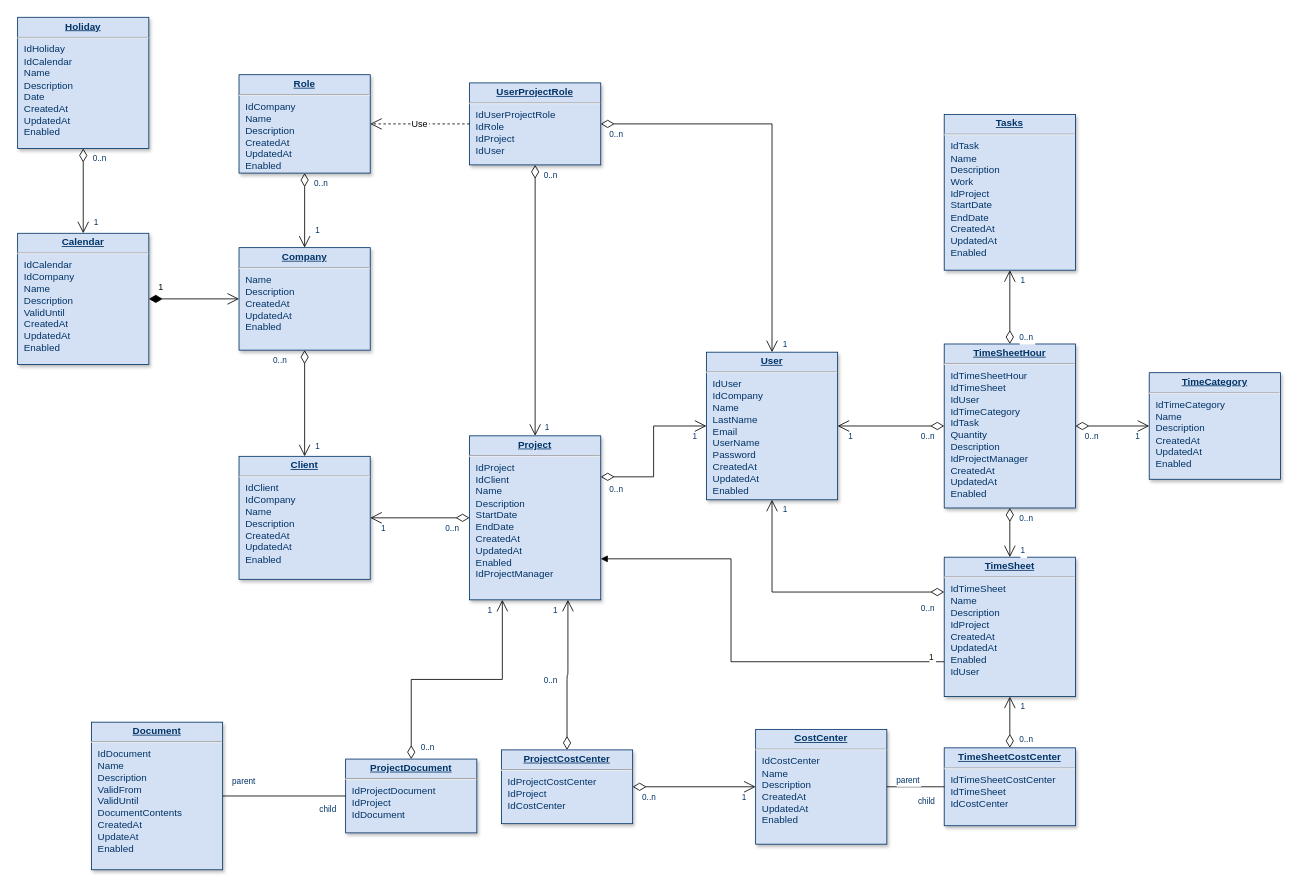
Above: Untitled Diagram.drawio in fiafghan/emr-backend-laravel (draw.io), before the change. Source tidied: cells renumbered, new cells numbered last; positions are measured from the earlier drawing's top-left corner, leaving out a move shared by most shapes. Both pictures are drawn from the tidied source at 82%, with x=0, y=0 at pixel (17, 17).
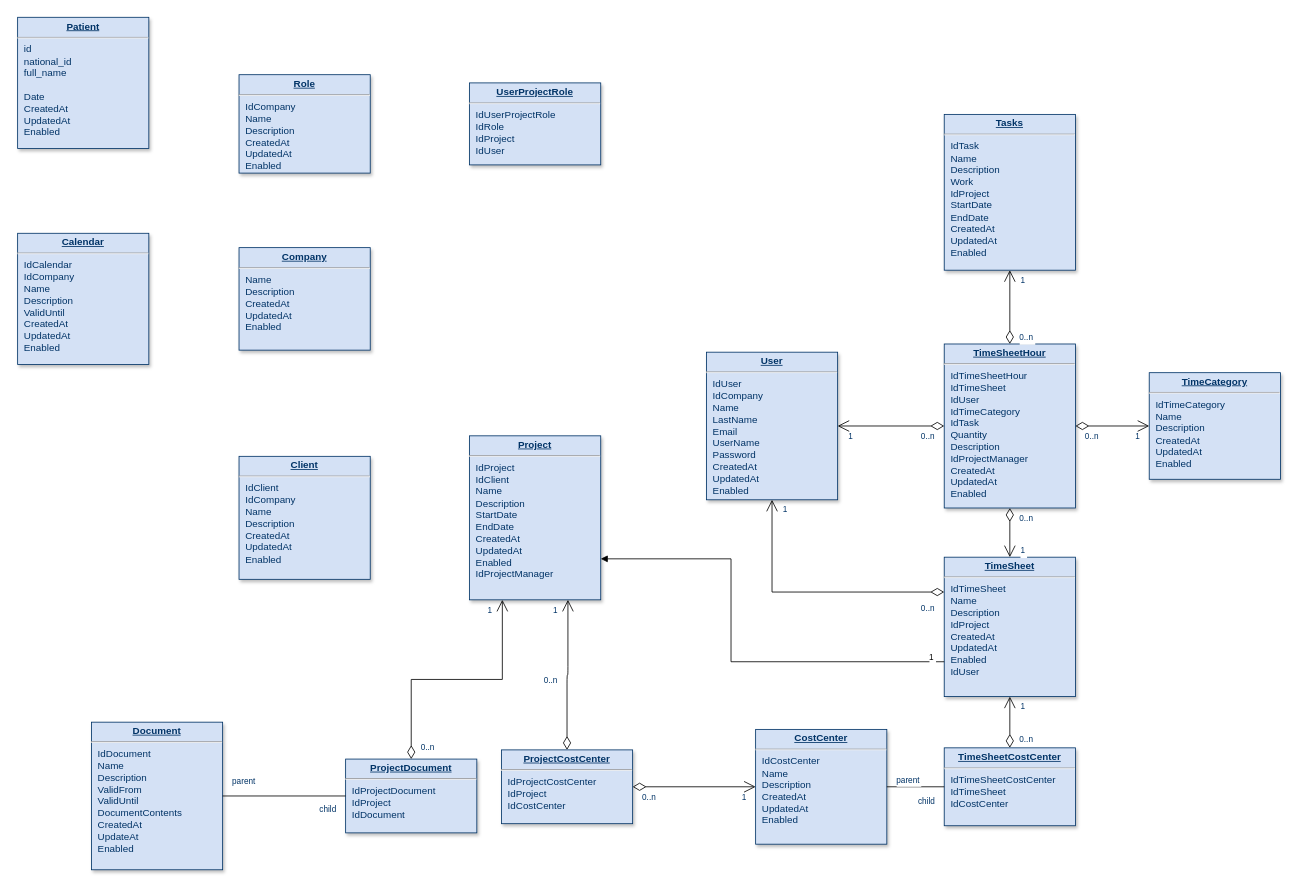
After the change.

The change refers to these unchanged cells:
```xml
<mxCell id="2" value="&lt;p style=&quot;margin: 0px; margin-top: 4px; text-align: center; text-decoration: underline;&quot;&gt;&lt;strong&gt;Role&lt;/strong&gt;&lt;/p&gt;&lt;hr /&gt;&lt;p style=&quot;margin: 0px; margin-left: 8px;&quot;&gt;IdCompany&lt;br /&gt;Name&lt;/p&gt;&lt;p style=&quot;margin: 0px; margin-left: 8px;&quot;&gt;Description&lt;/p&gt;&lt;p style=&quot;margin: 0px; margin-left: 8px;&quot;&gt;CreatedAt&lt;/p&gt;&lt;p style=&quot;margin: 0px; margin-left: 8px;&quot;&gt;UpdatedAt&lt;/p&gt;&lt;p style=&quot;margin: 0px; margin-left: 8px;&quot;&gt;Enabled&lt;/p&gt;" style="verticalAlign=top;align=left;overflow=fill;fontSize=12;fontFamily=Helvetica;html=1;strokeColor=#003366;shadow=1;fillColor=#D4E1F5;fontColor=#003366;" parent="1" vertex="1">
  <mxGeometry x="270" y="69.6" width="160" height="120" as="geometry" />
</mxCell>
<mxCell id="3" value="&lt;p style=&quot;margin: 0px; margin-top: 4px; text-align: center; text-decoration: underline;&quot;&gt;&lt;strong&gt;Company&lt;/strong&gt;&lt;/p&gt;&lt;hr /&gt;&lt;p style=&quot;margin: 0px; margin-left: 8px;&quot;&gt;Name&lt;/p&gt;&lt;p style=&quot;margin: 0px; margin-left: 8px;&quot;&gt;Description&lt;/p&gt;&lt;p style=&quot;margin: 0px; margin-left: 8px;&quot;&gt;CreatedAt&lt;/p&gt;&lt;p style=&quot;margin: 0px; margin-left: 8px;&quot;&gt;UpdatedAt&lt;/p&gt;&lt;p style=&quot;margin: 0px; margin-left: 8px;&quot;&gt;Enabled&lt;/p&gt;" style="verticalAlign=top;align=left;overflow=fill;fontSize=12;fontFamily=Helvetica;html=1;strokeColor=#003366;shadow=1;fillColor=#D4E1F5;fontColor=#003366;" parent="1" vertex="1">
  <mxGeometry x="270" y="280.5" width="160" height="125" as="geometry" />
</mxCell>
<mxCell id="4" value="&lt;p style=&quot;margin: 0px; margin-top: 4px; text-align: center; text-decoration: underline;&quot;&gt;&lt;strong&gt;Calendar&lt;/strong&gt;&lt;/p&gt;&lt;hr /&gt;&lt;p style=&quot;margin: 0px; margin-left: 8px;&quot;&gt;IdCalendar&lt;/p&gt;&lt;p style=&quot;margin: 0px; margin-left: 8px;&quot;&gt;IdCompany&lt;/p&gt;&lt;p style=&quot;margin: 0px; margin-left: 8px;&quot;&gt;Name&lt;/p&gt;&lt;p style=&quot;margin: 0px; margin-left: 8px;&quot;&gt;Description&lt;/p&gt;&lt;p style=&quot;margin: 0px; margin-left: 8px;&quot;&gt;ValidUntil&lt;/p&gt;&lt;p style=&quot;margin: 0px; margin-left: 8px;&quot;&gt;CreatedAt&lt;/p&gt;&lt;p style=&quot;margin: 0px; margin-left: 8px;&quot;&gt;UpdatedAt&lt;/p&gt;&lt;p style=&quot;margin: 0px; margin-left: 8px;&quot;&gt;Enabled&lt;/p&gt;" style="verticalAlign=top;align=left;overflow=fill;fontSize=12;fontFamily=Helvetica;html=1;strokeColor=#003366;shadow=1;fillColor=#D4E1F5;fontColor=#003366;" parent="1" vertex="1">
  <mxGeometry y="263" width="160" height="160" as="geometry" />
</mxCell>
<mxCell id="5" value="&lt;p style=&quot;margin: 0px; margin-top: 4px; text-align: center; text-decoration: underline;&quot;&gt;&lt;strong&gt;User&lt;/strong&gt;&lt;/p&gt;&lt;hr /&gt;&lt;p style=&quot;margin: 0px; margin-left: 8px;&quot;&gt;IdUser&lt;/p&gt;&lt;p style=&quot;margin: 0px; margin-left: 8px;&quot;&gt;IdCompany&lt;/p&gt;&lt;p style=&quot;margin: 0px; margin-left: 8px;&quot;&gt;Name&lt;/p&gt;&lt;p style=&quot;margin: 0px; margin-left: 8px;&quot;&gt;LastName&lt;/p&gt;&lt;p style=&quot;margin: 0px; margin-left: 8px;&quot;&gt;Email&lt;/p&gt;&lt;p style=&quot;margin: 0px; margin-left: 8px;&quot;&gt;UserName&lt;/p&gt;&lt;p style=&quot;margin: 0px; margin-left: 8px;&quot;&gt;Password&lt;/p&gt;&lt;p style=&quot;margin: 0px; margin-left: 8px;&quot;&gt;CreatedAt&lt;/p&gt;&lt;p style=&quot;margin: 0px; margin-left: 8px;&quot;&gt;UpdatedAt&lt;/p&gt;&lt;p style=&quot;margin: 0px; margin-left: 8px;&quot;&gt;Enabled&lt;/p&gt;" style="verticalAlign=top;align=left;overflow=fill;fontSize=12;fontFamily=Helvetica;html=1;strokeColor=#003366;shadow=1;fillColor=#D4E1F5;fontColor=#003366;" parent="1" vertex="1">
  <mxGeometry x="840" y="408" width="160" height="180" as="geometry" />
</mxCell>
<mxCell id="6" value="&lt;p style=&quot;margin: 0px; margin-top: 4px; text-align: center; text-decoration: underline;&quot;&gt;&lt;strong&gt;UserProjectRole&lt;/strong&gt;&lt;/p&gt;&lt;hr /&gt;&lt;p style=&quot;margin: 0px; margin-left: 8px;&quot;&gt;IdUserProjectRole&lt;/p&gt;&lt;p style=&quot;margin: 0px; margin-left: 8px;&quot;&gt;IdRole&lt;/p&gt;&lt;p style=&quot;margin: 0px; margin-left: 8px;&quot;&gt;IdProject&lt;/p&gt;&lt;p style=&quot;margin: 0px; margin-left: 8px;&quot;&gt;IdUser&lt;/p&gt;" style="verticalAlign=top;align=left;overflow=fill;fontSize=12;fontFamily=Helvetica;html=1;strokeColor=#003366;shadow=1;fillColor=#D4E1F5;fontColor=#003366;" parent="1" vertex="1">
  <mxGeometry x="551.1" y="79.6" width="160" height="100" as="geometry" />
</mxCell>
<mxCell id="7" value="&lt;p style=&quot;margin: 0px; margin-top: 4px; text-align: center; text-decoration: underline;&quot;&gt;&lt;strong&gt;Client&lt;/strong&gt;&lt;/p&gt;&lt;hr /&gt;&lt;p style=&quot;margin: 0px; margin-left: 8px;&quot;&gt;IdClient&lt;/p&gt;&lt;p style=&quot;margin: 0px; margin-left: 8px;&quot;&gt;IdCompany&lt;/p&gt;&lt;p style=&quot;margin: 0px; margin-left: 8px;&quot;&gt;Name&lt;/p&gt;&lt;p style=&quot;margin: 0px; margin-left: 8px;&quot;&gt;Description&lt;/p&gt;&lt;p style=&quot;margin: 0px; margin-left: 8px;&quot;&gt;CreatedAt&lt;/p&gt;&lt;p style=&quot;margin: 0px; margin-left: 8px;&quot;&gt;UpdatedAt&lt;/p&gt;&lt;p style=&quot;margin: 0px; margin-left: 8px;&quot;&gt;Enabled&lt;/p&gt;" style="verticalAlign=top;align=left;overflow=fill;fontSize=12;fontFamily=Helvetica;html=1;strokeColor=#003366;shadow=1;fillColor=#D4E1F5;fontColor=#003366;" parent="1" vertex="1">
  <mxGeometry x="270" y="535" width="160" height="150" as="geometry" />
</mxCell>
<mxCell id="12" value="&lt;p style=&quot;margin: 0px; margin-top: 4px; text-align: center; text-decoration: underline;&quot;&gt;&lt;strong&gt;Project&lt;/strong&gt;&lt;/p&gt;&lt;hr /&gt;&lt;p style=&quot;margin: 0px; margin-left: 8px;&quot;&gt;IdProject&lt;/p&gt;&lt;p style=&quot;margin: 0px; margin-left: 8px;&quot;&gt;IdClient&lt;/p&gt;&lt;p style=&quot;margin: 0px; margin-left: 8px;&quot;&gt;Name&lt;/p&gt;&lt;p style=&quot;margin: 0px; margin-left: 8px;&quot;&gt;Description&lt;/p&gt;&lt;p style=&quot;margin: 0px; margin-left: 8px;&quot;&gt;StartDate&lt;/p&gt;&lt;p style=&quot;margin: 0px; margin-left: 8px;&quot;&gt;EndDate&lt;/p&gt;&lt;p style=&quot;margin: 0px; margin-left: 8px;&quot;&gt;CreatedAt&lt;/p&gt;&lt;p style=&quot;margin: 0px; margin-left: 8px;&quot;&gt;UpdatedAt&lt;/p&gt;&lt;p style=&quot;margin: 0px; margin-left: 8px;&quot;&gt;Enabled&lt;br /&gt;IdProjectManager&lt;/p&gt;" style="verticalAlign=top;align=left;overflow=fill;fontSize=12;fontFamily=Helvetica;html=1;strokeColor=#003366;shadow=1;fillColor=#D4E1F5;fontColor=#003366;" parent="1" vertex="1">
  <mxGeometry x="551.1" y="510" width="160" height="200" as="geometry" />
</mxCell>
```

The edit, as a diff of the source:
```diff
@@
-    <mxCell id="8" value="&lt;p style=&quot;margin: 0px; margin-top: 4px; text-align: center; text-decoration: underline;&quot;&gt;&lt;strong&gt;Holiday&lt;/strong&gt;&lt;/p&gt;&lt;hr /&gt;&lt;p style=&quot;margin: 0px; margin-left: 8px;&quot;&gt;IdHoliday&lt;/p&gt;&lt;p style=&quot;margin: 0px; margin-left: 8px;&quot;&gt;IdCalendar&lt;/p&gt;&lt;p style=&quot;margin: 0px; margin-left: 8px;&quot;&gt;Name&lt;/p&gt;&lt;p style=&quot;margin: 0px; margin-left: 8px;&quot;&gt;Description&lt;/p&gt;&lt;p style=&quot;margin: 0px; margin-left: 8px;&quot;&gt;Date&lt;/p&gt;&lt;p style=&quot;margin: 0px; margin-left: 8px;&quot;&gt;CreatedAt&lt;/p&gt;&lt;p style=&quot;margin: 0px; margin-left: 8px;&quot;&gt;UpdatedAt&lt;/p&gt;&lt;p style=&quot;margin: 0px; margin-left: 8px;&quot;&gt;Enabled&lt;/p&gt;" style="verticalAlign=top;align=left;overflow=fill;fontSize=12;fontFamily=Helvetica;html=1;strokeColor=#003366;shadow=1;fillColor=#D4E1F5;fontColor=#003366;" parent="1" vertex="1">
+    <mxCell id="8" value="&lt;p style=&quot;margin: 4px 0px 0px; text-align: center; text-decoration: underline;&quot;&gt;&lt;strong&gt;Patient&lt;br&gt;&lt;/strong&gt;&lt;/p&gt;&lt;hr&gt;&lt;p style=&quot;margin: 0px; margin-left: 8px;&quot;&gt;id&lt;span style=&quot;white-space: pre;&quot;&gt;&#9;&lt;/span&gt;&lt;br&gt;&lt;/p&gt;&lt;p style=&quot;margin: 0px; margin-left: 8px;&quot;&gt;national_id&lt;br&gt;&lt;/p&gt;&lt;p style=&quot;margin: 0px; margin-left: 8px;&quot;&gt;full_name&lt;br&gt;&lt;/p&gt;&lt;p style=&quot;margin: 0px; margin-left: 8px;&quot;&gt;&lt;br&gt;&lt;/p&gt;&lt;p style=&quot;margin: 0px; margin-left: 8px;&quot;&gt;Date&lt;/p&gt;&lt;p style=&quot;margin: 0px; margin-left: 8px;&quot;&gt;CreatedAt&lt;/p&gt;&lt;p style=&quot;margin: 0px; margin-left: 8px;&quot;&gt;UpdatedAt&lt;/p&gt;&lt;p style=&quot;margin: 0px; margin-left: 8px;&quot;&gt;Enabled&lt;/p&gt;" style="verticalAlign=top;align=left;overflow=fill;fontSize=12;fontFamily=Helvetica;html=1;strokeColor=#003366;shadow=1;fillColor=#D4E1F5;fontColor=#003366;" parent="1" vertex="1">
       <mxGeometry y="-0.4" width="160" height="160" as="geometry" />
     </mxCell>
@@
-    <mxCell id="19" style="endArrow=open;endSize=12;startArrow=diamondThin;startSize=14;startFill=0;edgeStyle=orthogonalEdgeStyle;" parent="1" edge="1" source="2" target="3">
-      <mxGeometry y="160" as="geometry" />
-    </mxCell>
-    <mxCell id="20" value="0..n" style="align=left;verticalAlign=top;labelBackgroundColor=#ffffff;fontSize=10;strokeColor=#003366;shadow=1;fillColor=#D4E1F5;fontColor=#003366;" parent="19" vertex="1">
-      <mxGeometry x="-1" relative="1" as="geometry">
-        <mxPoint x="10" as="offset" />
-      </mxGeometry>
-    </mxCell>
-    <mxCell id="21" value="1" style="align=right;verticalAlign=top;labelBackgroundColor=#ffffff;fontSize=10;strokeColor=#003366;shadow=1;fillColor=#D4E1F5;fontColor=#003366;" parent="19" vertex="1">
-      <mxGeometry x="1" relative="1" as="geometry">
-        <mxPoint x="590" y="105" as="offset" />
-      </mxGeometry>
-    </mxCell>
-    <mxCell id="22" style="endArrow=open;endSize=12;startArrow=diamondThin;startSize=14;startFill=0;edgeStyle=orthogonalEdgeStyle;rounded=0;" parent="1" edge="1" source="6" target="5">
-      <mxGeometry x="519.4" y="180" as="geometry" />
-    </mxCell>
-    <mxCell id="23" value="0..n" style="align=left;verticalAlign=top;labelBackgroundColor=#ffffff;fontSize=10;strokeColor=#003366;shadow=1;fillColor=#D4E1F5;fontColor=#003366;" parent="22" vertex="1">
-      <mxGeometry x="-1" relative="1" as="geometry">
-        <mxPoint x="8.9" as="offset" />
-      </mxGeometry>
-    </mxCell>
-    <mxCell id="24" value="1" style="align=right;verticalAlign=top;labelBackgroundColor=#ffffff;fontSize=10;strokeColor=#003366;shadow=1;fillColor=#D4E1F5;fontColor=#003366;" parent="22" vertex="1">
-      <mxGeometry x="1" relative="1" as="geometry">
-        <mxPoint x="-550" y="-160" as="offset" />
-      </mxGeometry>
-    </mxCell>
-    <mxCell id="25" style="endArrow=open;endSize=12;startArrow=diamondThin;startSize=14;startFill=0;edgeStyle=orthogonalEdgeStyle;exitX=1;exitY=0.25;rounded=0;" parent="1" edge="1" source="12" target="5">
-      <mxGeometry x="769.4" y="450" as="geometry" />
-    </mxCell>
-    <mxCell id="26" value="0..n" style="align=left;verticalAlign=top;labelBackgroundColor=#ffffff;fontSize=10;strokeColor=#003366;shadow=1;fillColor=#D4E1F5;fontColor=#003366;" parent="25" vertex="1">
-      <mxGeometry x="-1" relative="1" as="geometry">
-        <mxPoint x="8.9" y="3" as="offset" />
-      </mxGeometry>
-    </mxCell>
-    <mxCell id="27" value="1" style="align=right;verticalAlign=top;labelBackgroundColor=#ffffff;fontSize=10;strokeColor=#003366;shadow=1;fillColor=#D4E1F5;fontColor=#003366;" parent="25" vertex="1">
-      <mxGeometry x="1" relative="1" as="geometry">
-        <mxPoint x="-10" as="offset" />
-      </mxGeometry>
-    </mxCell>
-    <mxCell id="28" style="endArrow=open;endSize=12;startArrow=diamondThin;startSize=14;startFill=0;edgeStyle=orthogonalEdgeStyle;" parent="1" edge="1" source="6" target="12">
-      <mxGeometry x="389.4" y="350" as="geometry" />
-    </mxCell>
-    <mxCell id="29" value="0..n" style="align=left;verticalAlign=top;labelBackgroundColor=#ffffff;fontSize=10;strokeColor=#003366;shadow=1;fillColor=#D4E1F5;fontColor=#003366;" parent="28" vertex="1">
-      <mxGeometry x="-1" relative="1" as="geometry">
-        <mxPoint x="8.9" as="offset" />
-      </mxGeometry>
-    </mxCell>
-    <mxCell id="30" value="1" style="align=right;verticalAlign=top;labelBackgroundColor=#ffffff;fontSize=10;strokeColor=#003366;shadow=1;fillColor=#D4E1F5;fontColor=#003366;" parent="28" vertex="1">
-      <mxGeometry x="1" relative="1" as="geometry">
-        <mxPoint x="18.9" y="-22" as="offset" />
-      </mxGeometry>
-    </mxCell>
@@
-    <mxCell id="58" style="endArrow=open;endSize=12;startArrow=diamondThin;startSize=14;startFill=0;edgeStyle=orthogonalEdgeStyle;" parent="1" edge="1" source="3" target="7">
-      <mxGeometry x="519.4" y="200" as="geometry" />
-    </mxCell>
-    <mxCell id="59" value="0..n" style="align=left;verticalAlign=top;labelBackgroundColor=#ffffff;fontSize=10;strokeColor=#003366;shadow=1;fillColor=#D4E1F5;fontColor=#003366;" parent="58" vertex="1">
-      <mxGeometry x="-1" relative="1" as="geometry">
-        <mxPoint x="-40" as="offset" />
-      </mxGeometry>
-    </mxCell>
-    <mxCell id="60" value="1" style="align=right;verticalAlign=top;labelBackgroundColor=#ffffff;fontSize=10;strokeColor=#003366;shadow=1;fillColor=#D4E1F5;fontColor=#003366;" parent="58" vertex="1">
-      <mxGeometry x="1" relative="1" as="geometry">
-        <mxPoint x="20" y="-25" as="offset" />
-      </mxGeometry>
-    </mxCell>
-    <mxCell id="61" style="endArrow=open;endSize=12;startArrow=diamondThin;startSize=14;startFill=0;edgeStyle=orthogonalEdgeStyle;" parent="1" edge="1" source="8" target="4">
-      <mxGeometry x="620" y="340" as="geometry" />
-    </mxCell>
-    <mxCell id="62" value="0..n" style="align=left;verticalAlign=top;labelBackgroundColor=#ffffff;fontSize=10;strokeColor=#003366;shadow=1;fillColor=#D4E1F5;fontColor=#003366;" parent="61" vertex="1">
-      <mxGeometry x="-1" relative="1" as="geometry">
-        <mxPoint x="10" as="offset" />
-      </mxGeometry>
-    </mxCell>
-    <mxCell id="63" value="1" style="align=right;verticalAlign=top;labelBackgroundColor=#ffffff;fontSize=10;strokeColor=#003366;shadow=1;fillColor=#D4E1F5;fontColor=#003366;" parent="61" vertex="1">
-      <mxGeometry x="1" relative="1" as="geometry">
-        <mxPoint x="20" y="-25" as="offset" />
-      </mxGeometry>
-    </mxCell>
-    <mxCell id="64" style="endArrow=open;endSize=12;startArrow=diamondThin;startSize=14;startFill=0;edgeStyle=orthogonalEdgeStyle;" parent="1" edge="1" source="12" target="7">
-      <mxGeometry x="369.4" y="360" as="geometry" />
-    </mxCell>
-    <mxCell id="65" value="0..n" style="align=left;verticalAlign=top;labelBackgroundColor=#ffffff;fontSize=10;strokeColor=#003366;shadow=1;fillColor=#D4E1F5;fontColor=#003366;" parent="64" vertex="1">
-      <mxGeometry x="-1" relative="1" as="geometry">
-        <mxPoint x="-31.1" as="offset" />
-      </mxGeometry>
-    </mxCell>
-    <mxCell id="66" value="1" style="align=right;verticalAlign=top;labelBackgroundColor=#ffffff;fontSize=10;strokeColor=#003366;shadow=1;fillColor=#D4E1F5;fontColor=#003366;" parent="64" vertex="1">
-      <mxGeometry x="1" relative="1" as="geometry">
-        <mxPoint x="20" as="offset" />
-      </mxGeometry>
-    </mxCell>
-    <mxCell id="67" value="Use" style="endArrow=open;endSize=12;dashed=1;" parent="1" edge="1" source="6" target="2">
-      <mxGeometry x="430" y="50" as="geometry" />
-    </mxCell>
-    <mxCell id="68" value="1" style="endArrow=open;endSize=12;startArrow=diamondThin;startSize=14;startFill=1;edgeStyle=orthogonalEdgeStyle;align=left;verticalAlign=bottom;" parent="1" edge="1" source="4" target="3">
-      <mxGeometry x="-0.82" y="5" relative="1" as="geometry" />
-    </mxCell>
```
